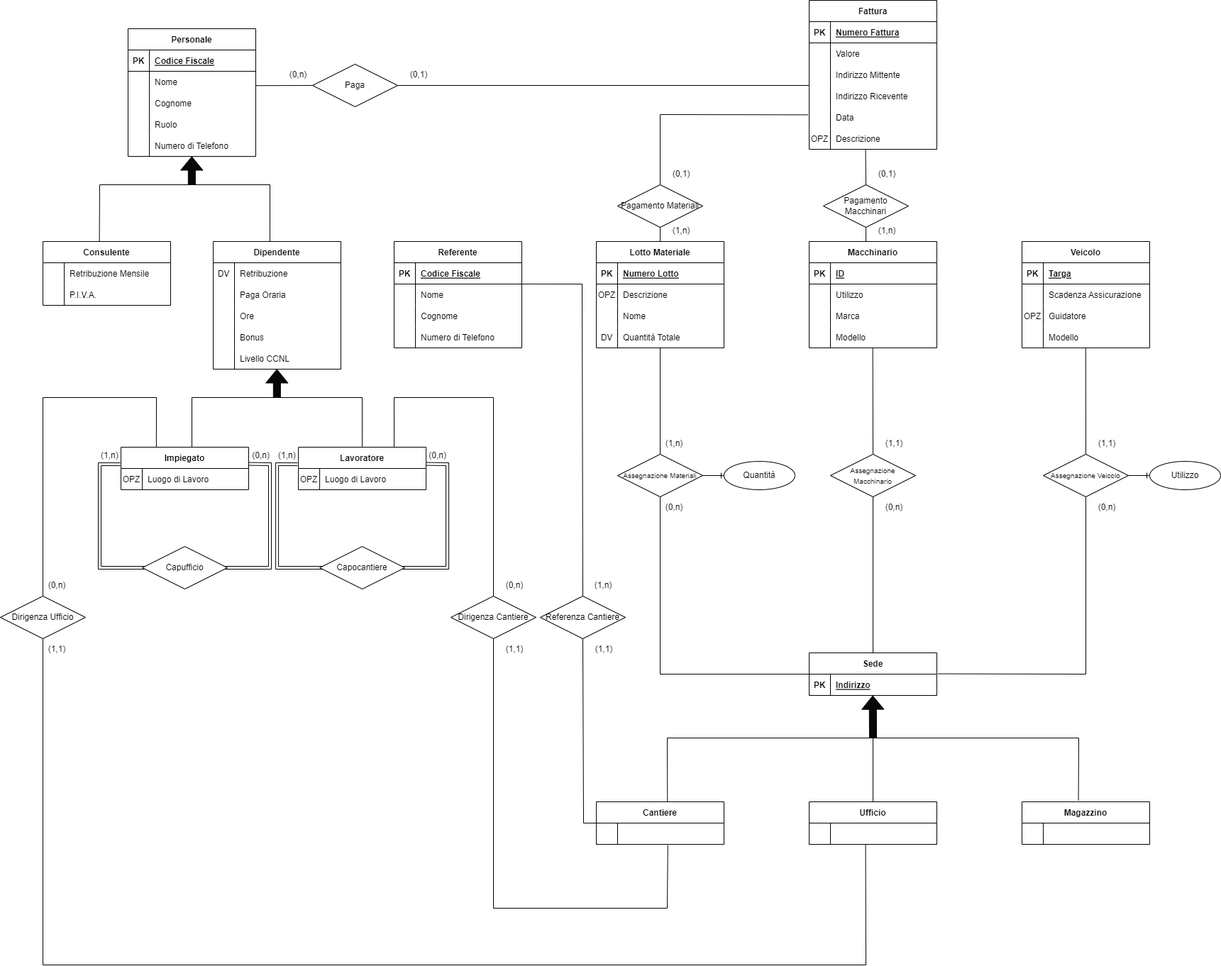
This is Immagine Diagramma ER.png from JacopoPassariello/BD2022, a draw.io export, as it was before one commit. Source tidied: cells renumbered, new cells last; positions are measured from the earlier drawing's top-left corner, leaving out a move shared by most shapes.
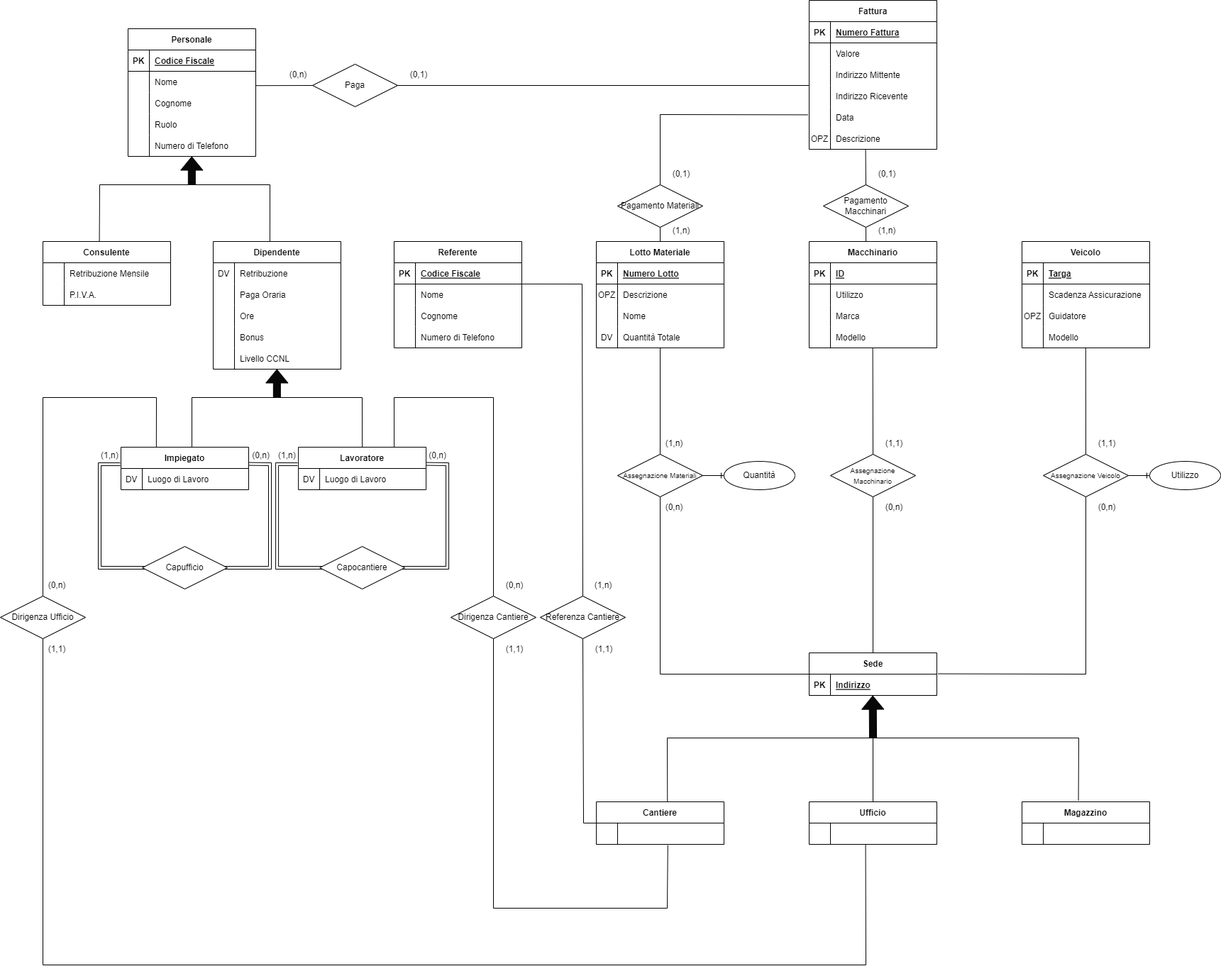
The same diagram one commit later.

Change to the diagram source:
```diff
@@ -165,7 +165,7 @@
     <mxCell id="48" style="shape=tableRow;horizontal=0;startSize=0;swimlaneHead=0;swimlaneBody=0;fillColor=none;top=0;left=0;right=0;bottom=0;" parent="47" vertex="1">
       <mxGeometry y="30" width="180" height="30" as="geometry" />
     </mxCell>
-    <mxCell id="49" value="OPZ" style="shape=partialRectangle;fillColor=none;top=0;left=0;bottom=0;right=0;overflow=hidden;" parent="48" vertex="1">
+    <mxCell id="49" value="DV" style="shape=partialRectangle;fillColor=none;top=0;left=0;bottom=0;right=0;overflow=hidden;" parent="48" vertex="1">
       <mxGeometry width="30" height="30" as="geometry" />
     </mxCell>
     <mxCell id="50" value="Luogo di Lavoro" style="shape=partialRectangle;fillColor=none;top=0;left=0;bottom=0;right=0;align=left;spacingLeft=6;overflow=hidden;" parent="48" vertex="1">
@@ -213,7 +213,7 @@
     <mxCell id="58" style="shape=tableRow;horizontal=0;startSize=0;swimlaneHead=0;swimlaneBody=0;fillColor=none;top=0;left=0;right=0;bottom=0;" parent="57" vertex="1">
       <mxGeometry y="30" width="180" height="30" as="geometry" />
     </mxCell>
-    <mxCell id="59" value="OPZ" style="shape=partialRectangle;fillColor=none;top=0;left=0;bottom=0;right=0;overflow=hidden;" parent="58" vertex="1">
+    <mxCell id="59" value="DV" style="shape=partialRectangle;fillColor=none;top=0;left=0;bottom=0;right=0;overflow=hidden;" parent="58" vertex="1">
       <mxGeometry width="30" height="30" as="geometry" />
     </mxCell>
     <mxCell id="60" value="Luogo di Lavoro" style="shape=partialRectangle;fillColor=none;top=0;left=0;bottom=0;right=0;align=left;spacingLeft=6;overflow=hidden;" parent="58" vertex="1">
```
